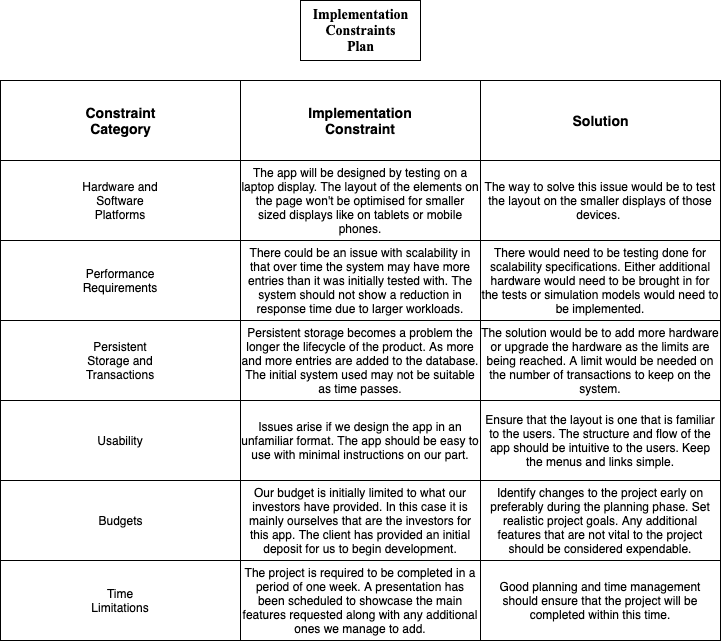
gadgetguy82/gym_project keeps this draw.io diagram as planning/implementation_constraints_plan.png. Above is the earlier version. Source tidied: cells renumbered, new cells last; positions are measured from the earlier drawing's top-left corner, leaving out a move shared by most shapes.
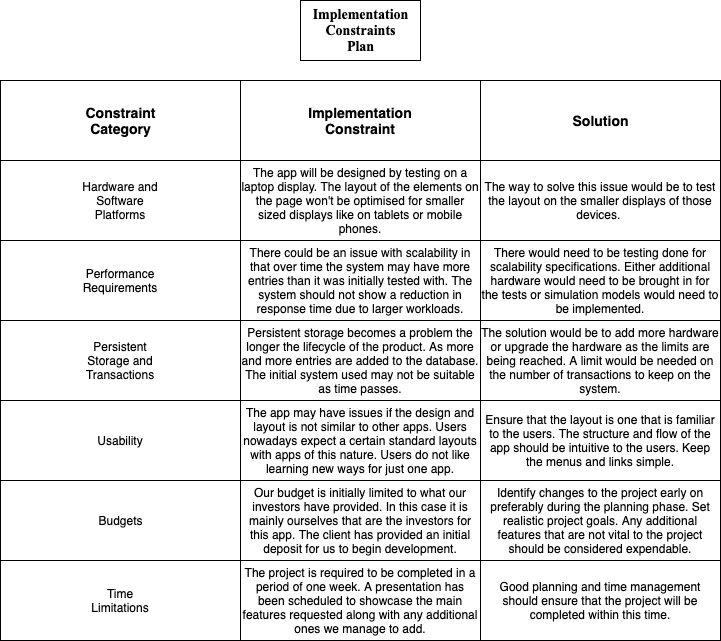
Later version of the same file.

What changed in the source:
```diff
@@ -110,7 +110,7 @@
     <mxCell id="37" value="Ensure that the layout is one that is familiar to the users. The structure and flow of the app should be intuitive to the users. Keep the menus and links simple." style="text;html=1;strokeColor=none;fillColor=none;align=center;verticalAlign=middle;whiteSpace=wrap;rounded=0;" parent="1" vertex="1">
       <mxGeometry x="480" y="400" width="240" height="80" as="geometry" />
     </mxCell>
-    <mxCell id="38" value="Issues arise if we design the app in an unfamiliar format. The app should be easy to use with minimal instructions on our part." style="text;html=1;strokeColor=none;fillColor=none;align=center;verticalAlign=middle;whiteSpace=wrap;rounded=0;" parent="1" vertex="1">
+    <mxCell id="38" value="The app may have issues if the design and layout is not similar to other apps. Users nowadays expect a certain standard layouts with apps of this nature. Users do not like learning new ways for just one app." style="text;html=1;strokeColor=none;fillColor=none;align=center;verticalAlign=middle;whiteSpace=wrap;rounded=0;" parent="1" vertex="1">
       <mxGeometry x="240" y="400" width="240" height="80" as="geometry" />
     </mxCell>
     <mxCell id="39" value="Usability" style="text;html=1;strokeColor=none;fillColor=none;align=center;verticalAlign=middle;whiteSpace=wrap;rounded=0;" parent="1" vertex="1">
```
